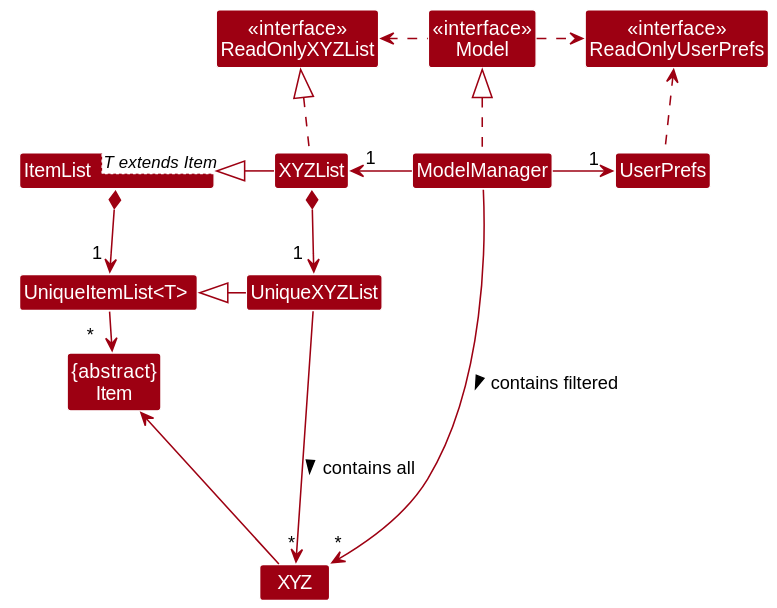
Before: docs/images/ModelClassDiagram.svg, a diagram exported from PlantUML (nus-cs2103-AY2223S2/tp).
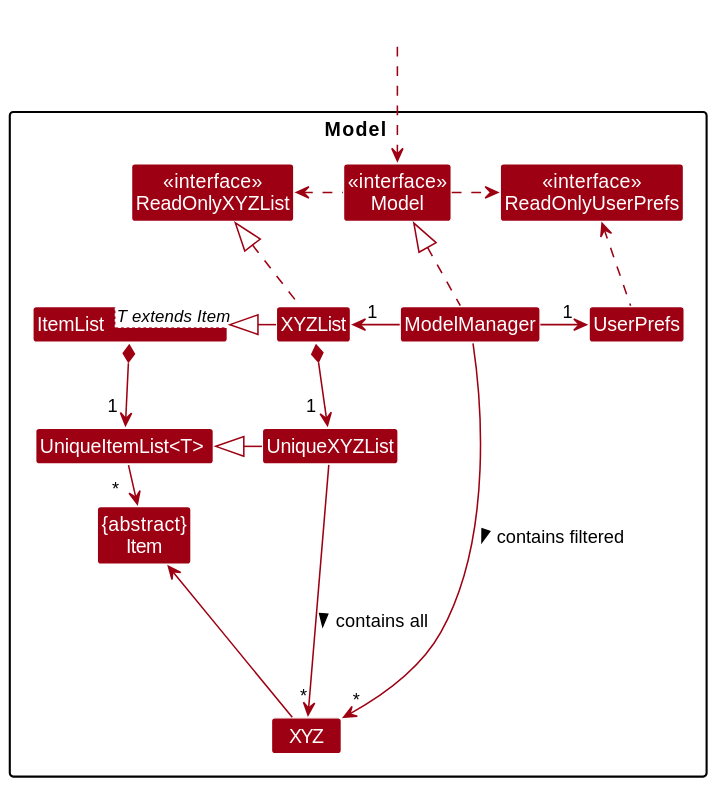
Later version of the same file.

What changed in the source:
```diff
@@ -6,7 +6,7 @@
 
 top to bottom direction
 
-
+package "Model " {
 Class "<<interface>>\nReadOnlyXYZList" as ReadOnlyXYZList
 Class "<<interface>>\nReadOnlyUserPrefs" as ReadOnlyUserPrefs
 Class "<<interface>>\nModel" as Model
@@ -18,6 +18,10 @@
 Class "{abstract}\nItem" as Item
 Class ItemList<T extends Item>
 Class "UniqueItemList<T> " as UniqueItemList
+}
+
+Class HiddenOutside #FFFFFF
+HiddenOutside ..> Model
 
 ModelManager ..u|> Model
 Model ..r> ReadOnlyUserPrefs
```
